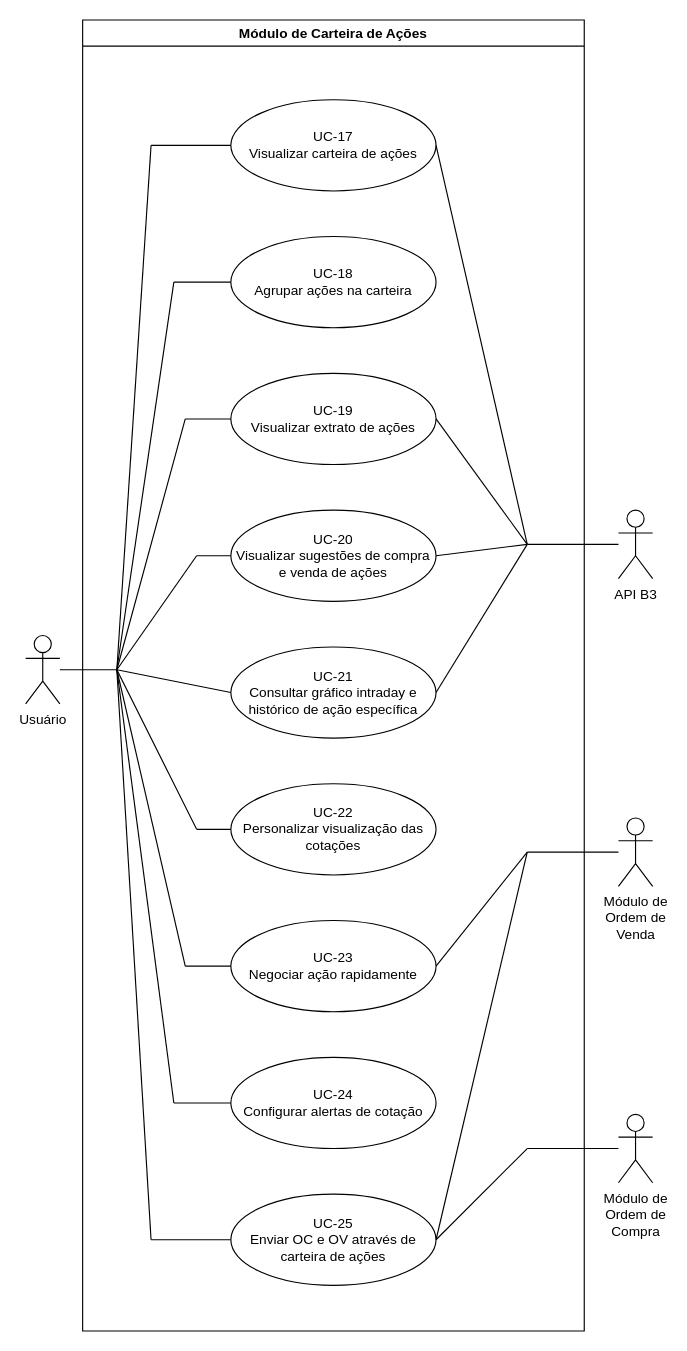
The draw.io diagram diagramas_casos_de_uso/uc_carteira_acoes.drawio in gb-cs-rt/home_broker, before the edit. Source tidied: cells renumbered, new cells numbered last; positions are measured from the earlier drawing's top-left corner, leaving out a move shared by most shapes. Both pictures are drawn from the tidied source at 114%, with x=0, y=0 at pixel (25, 19).
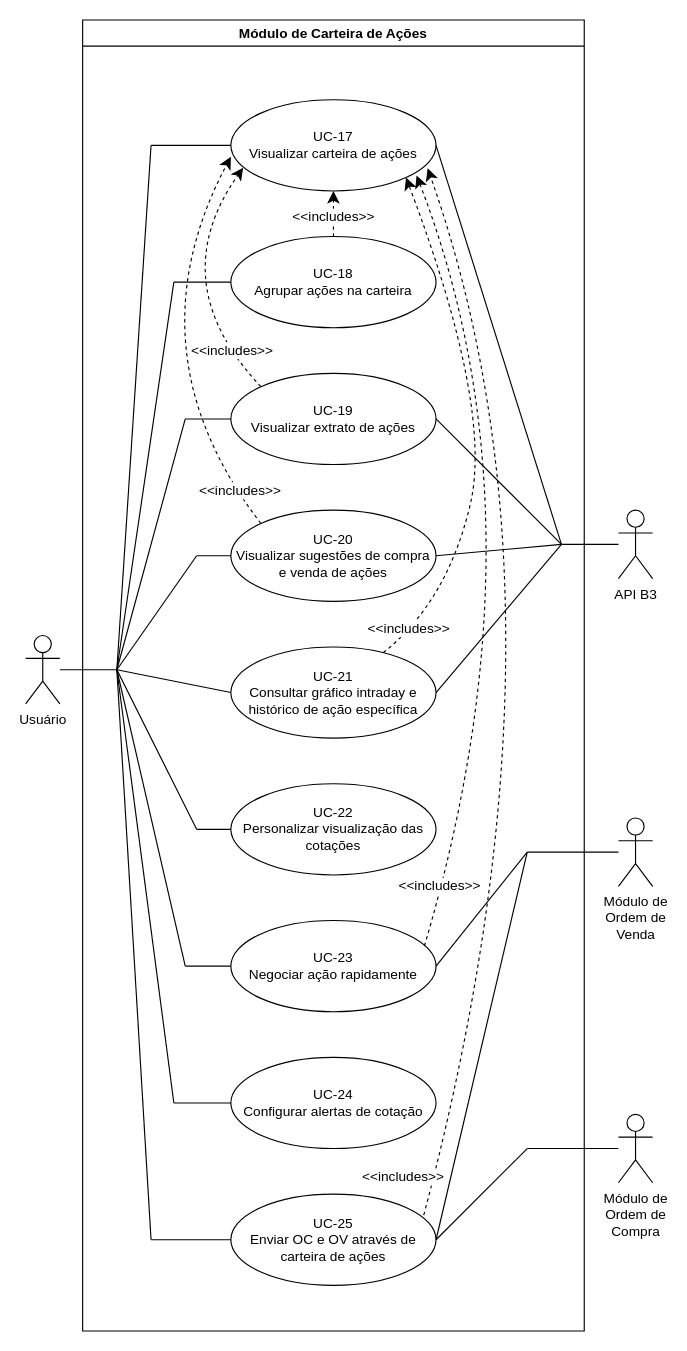
The same diagram, later.

Commit message (it also covers changes not shown here):
added includes on uc carteira de acoes

The change refers to these unchanged cells:
```xml
<mxCell id="2" value="Módulo de Carteira de Ações" style="swimlane;whiteSpace=wrap;html=1;" parent="1" vertex="1">
  <mxGeometry x="50" width="440" height="1150" as="geometry" />
</mxCell>
<mxCell id="3" value="UC-18&lt;div&gt;Agrupar ações na carteira&lt;/div&gt;" style="ellipse;whiteSpace=wrap;html=1;" parent="2" vertex="1">
  <mxGeometry x="130" y="190" width="180" height="80" as="geometry" />
</mxCell>
<mxCell id="4" value="UC-19&lt;div&gt;Visualizar extrato de ações&lt;/div&gt;" style="ellipse;whiteSpace=wrap;html=1;" parent="2" vertex="1">
  <mxGeometry x="130" y="310" width="180" height="80" as="geometry" />
</mxCell>
<mxCell id="5" value="UC-20&lt;div&gt;Visualizar sugestões de compra e venda de ações&lt;/div&gt;" style="ellipse;whiteSpace=wrap;html=1;" parent="2" vertex="1">
  <mxGeometry x="130" y="430" width="180" height="80" as="geometry" />
</mxCell>
<mxCell id="6" value="UC-21&lt;div&gt;Consultar gráfico intraday e histórico de ação específica&lt;/div&gt;" style="ellipse;whiteSpace=wrap;html=1;" parent="2" vertex="1">
  <mxGeometry x="130" y="550" width="180" height="80" as="geometry" />
</mxCell>
<mxCell id="7" value="UC-17&lt;div&gt;Visualizar carteira de ações&lt;/div&gt;" style="ellipse;whiteSpace=wrap;html=1;" parent="2" vertex="1">
  <mxGeometry x="130" y="70" width="180" height="80" as="geometry" />
</mxCell>
<mxCell id="9" value="UC-23&lt;div&gt;Negociar ação rapidamente&lt;/div&gt;" style="ellipse;whiteSpace=wrap;html=1;" parent="2" vertex="1">
  <mxGeometry x="130" y="790" width="180" height="80" as="geometry" />
</mxCell>
<mxCell id="14" value="API B3" style="shape=umlActor;verticalLabelPosition=bottom;verticalAlign=top;html=1;outlineConnect=0;" parent="1" vertex="1">
  <mxGeometry x="520" y="430" width="30" height="60" as="geometry" />
</mxCell>
<mxCell id="15" value="UC-25&lt;div&gt;Enviar OC e OV através de carteira de ações&lt;/div&gt;" style="ellipse;whiteSpace=wrap;html=1;" parent="1" vertex="1">
  <mxGeometry x="180" y="1030" width="180" height="80" as="geometry" />
</mxCell>
```

What changed in the source:
```diff
@@
+    <mxCell id="44" style="edgeStyle=none;curved=1;rounded=0;jettySize=auto;html=1;exitX=0.5;exitY=0;exitDx=0;exitDy=0;entryX=0.5;entryY=1;entryDx=0;entryDy=0;fontSize=12;startSize=8;endSize=8;dashed=1;" parent="2" edge="1" source="3" target="7">
+      <mxGeometry relative="1" as="geometry" />
+    </mxCell>
+    <mxCell id="45" value="&amp;lt;&amp;lt;includes&amp;gt;&amp;gt;" style="edgeLabel;html=1;align=center;verticalAlign=middle;fontSize=12;" parent="44" vertex="1">
+      <mxGeometry x="-0.12" y="1" relative="1" as="geometry" />
+    </mxCell>
@@
+    <mxCell id="46" style="edgeStyle=none;curved=1;rounded=0;jettySize=auto;html=1;entryX=1;entryY=1;entryDx=0;entryDy=0;fontSize=12;startSize=8;endSize=8;dashed=1;" parent="2" edge="1" source="6" target="7">
+      <mxGeometry relative="1" as="geometry">
+        <Array as="points">
+          <mxPoint x="320" y="510" />
+          <mxPoint x="360" y="340" />
+        </Array>
+      </mxGeometry>
+    </mxCell>
+    <mxCell id="47" value="&amp;lt;&amp;lt;includes&amp;gt;&amp;gt;" style="edgeLabel;html=1;align=center;verticalAlign=middle;fontSize=12;" parent="46" vertex="1">
+      <mxGeometry x="-0.87" y="3" relative="1" as="geometry" />
+    </mxCell>
@@
+    <mxCell id="48" style="edgeStyle=none;curved=1;rounded=0;jettySize=auto;html=1;exitX=0.943;exitY=0.28;exitDx=0;exitDy=0;entryX=0.905;entryY=0.83;entryDx=0;entryDy=0;entryPerimeter=0;fontSize=12;startSize=8;endSize=8;exitPerimeter=0;dashed=1;" parent="2" edge="1" source="9" target="7">
+      <mxGeometry relative="1" as="geometry">
+        <Array as="points">
+          <mxPoint x="410" y="440" />
+        </Array>
+      </mxGeometry>
+    </mxCell>
+    <mxCell id="49" value="&amp;lt;&amp;lt;includes&amp;gt;&amp;gt;" style="edgeLabel;html=1;align=center;verticalAlign=middle;fontSize=12;" parent="48" vertex="1">
+      <mxGeometry x="-0.85" y="3" relative="1" as="geometry" />
+    </mxCell>
+    <mxCell id="50" style="edgeStyle=none;curved=1;rounded=0;jettySize=auto;html=1;exitX=0;exitY=0;exitDx=0;exitDy=0;entryX=0.06;entryY=0.745;entryDx=0;entryDy=0;entryPerimeter=0;fontSize=12;startSize=8;endSize=8;dashed=1;" parent="2" edge="1" source="4" target="7">
+      <mxGeometry relative="1" as="geometry">
+        <Array as="points">
+          <mxPoint x="70" y="230" />
+        </Array>
+      </mxGeometry>
+    </mxCell>
+    <mxCell id="51" value="&amp;lt;&amp;lt;includes&amp;gt;&amp;gt;" style="edgeLabel;html=1;align=center;verticalAlign=middle;fontSize=12;" parent="50" vertex="1">
+      <mxGeometry x="-0.67" y="-3" relative="1" as="geometry" />
+    </mxCell>
+    <mxCell id="52" style="edgeStyle=none;curved=1;rounded=0;jettySize=auto;html=1;exitX=0;exitY=0;exitDx=0;exitDy=0;entryX=0;entryY=0.625;entryDx=0;entryDy=0;entryPerimeter=0;fontSize=12;startSize=8;endSize=8;dashed=1;" parent="2" edge="1" source="5" target="7">
+      <mxGeometry relative="1" as="geometry">
+        <Array as="points">
+          <mxPoint x="40" y="290" />
+        </Array>
+      </mxGeometry>
+    </mxCell>
+    <mxCell id="53" value="&amp;lt;&amp;lt;includes&amp;gt;&amp;gt;" style="edgeLabel;html=1;align=center;verticalAlign=middle;fontSize=12;" parent="52" vertex="1">
+      <mxGeometry x="-0.82" y="-3" relative="1" as="geometry" />
+    </mxCell>
@@
     <mxCell id="13" style="edgeStyle=none;curved=1;rounded=0;jettySize=auto;html=1;fontSize=12;startSize=8;endSize=8;endArrow=none;endFill=0;" parent="1" edge="1" source="14">
       <mxGeometry relative="1" as="geometry">
-        <mxPoint x="440" y="460" as="targetPoint" />
+        <mxPoint x="470" y="460" as="targetPoint" />
       </mxGeometry>
     </mxCell>
@@
+    <mxCell id="54" style="edgeStyle=none;curved=1;rounded=0;jettySize=auto;html=1;exitX=0.94;exitY=0.23;exitDx=0;exitDy=0;entryX=0.959;entryY=0.752;entryDx=0;entryDy=0;fontSize=12;startSize=8;endSize=8;entryPerimeter=0;exitPerimeter=0;dashed=1;" parent="1" edge="1" source="15" target="7">
+      <mxGeometry relative="1" as="geometry">
+        <Array as="points">
+          <mxPoint x="490" y="520" />
+        </Array>
+      </mxGeometry>
+    </mxCell>
+    <mxCell id="55" value="&amp;lt;&amp;lt;includes&amp;gt;&amp;gt;" style="edgeLabel;html=1;align=center;verticalAlign=middle;fontSize=12;" parent="54" vertex="1">
+      <mxGeometry x="-0.94" y="2" relative="1" as="geometry">
+        <mxPoint x="-24" y="-5" as="offset" />
+      </mxGeometry>
+    </mxCell>
@@
     <mxCell id="16" style="endArrow=none;html=1;rounded=0;fontSize=12;startSize=8;endSize=8;curved=1;entryX=1;entryY=0.5;entryDx=0;entryDy=0;" parent="1" edge="1" target="7">
       <mxGeometry relative="1" as="geometry">
-        <mxPoint x="440" y="460" as="sourcePoint" />
+        <mxPoint x="470" y="460" as="sourcePoint" />
       </mxGeometry>
     </mxCell>
     <mxCell id="17" style="endArrow=none;html=1;rounded=0;fontSize=12;startSize=8;endSize=8;curved=1;entryX=1;entryY=0.5;entryDx=0;entryDy=0;" parent="1" edge="1" target="4">
       <mxGeometry relative="1" as="geometry">
-        <mxPoint x="440" y="460" as="sourcePoint" />
+        <mxPoint x="470" y="460" as="sourcePoint" />
       </mxGeometry>
     </mxCell>
     <mxCell id="18" style="endArrow=none;html=1;rounded=0;fontSize=12;startSize=8;endSize=8;curved=1;exitX=1;exitY=0.5;exitDx=0;exitDy=0;" parent="1" edge="1" source="6">
       <mxGeometry relative="1" as="geometry">
-        <mxPoint x="440" y="460" as="targetPoint" />
+        <mxPoint x="470" y="460" as="targetPoint" />
       </mxGeometry>
     </mxCell>
     <mxCell id="19" style="endArrow=none;html=1;rounded=0;fontSize=12;startSize=8;endSize=8;curved=1;exitX=1;exitY=0.5;exitDx=0;exitDy=0;" parent="1" edge="1" source="5">
       <mxGeometry relative="1" as="geometry">
-        <mxPoint x="440" y="460" as="targetPoint" />
+        <mxPoint x="470" y="460" as="targetPoint" />
       </mxGeometry>
     </mxCell>
```
